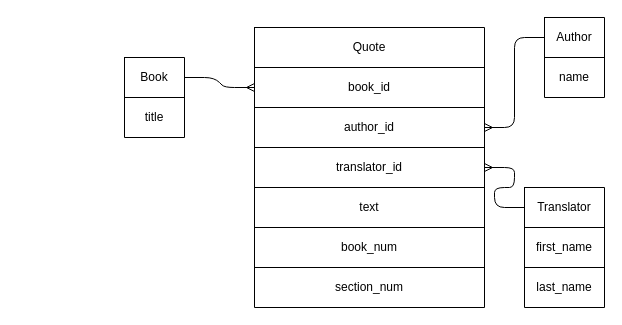
This is stubbed_out_database.drawio from DavidRMorphew/stoic-journal-backend, a draw.io file, before an edit. Source tidied: cells renumbered, new cells numbered last; positions are measured from the earlier drawing's top-left corner, leaving out a move shared by most shapes. Both pictures are drawn from the tidied source at 100%, with x=0, y=0 at pixel (124, 17).
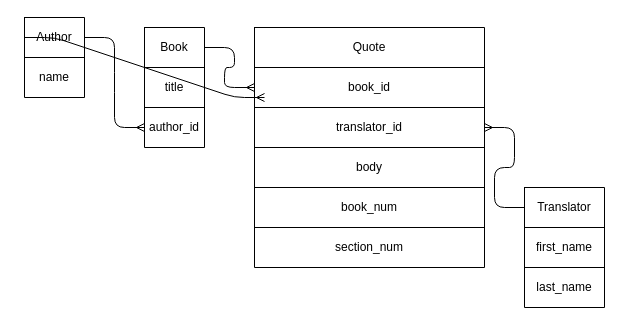
After the change.

Commit message (it also covers changes not shown here):
reorganized table relations through migrations and model associations: author has many books and has many quotes through books & a quote has one author through its book

Unchanged cells that the change refers to:
```xml
<mxCell id="18" style="shape=partialRectangle;fillColor=none;top=0;left=0;bottom=0;right=0;points=[[0,0.5],[1,0.5]];portConstraint=eastwest;" parent="17" vertex="1">
  <mxGeometry width="60" height="40" as="geometry" />
</mxCell>
```

Change to the diagram source:
```diff
@@
     <mxCell id="2" style="shape=table;startSize=0;childLayout=tableLayout;" parent="1" vertex="1">
-      <mxGeometry x="130" y="10" width="230" height="280" as="geometry" />
+      <mxGeometry x="130" y="10" width="230" height="240" as="geometry" />
     </mxCell>
@@
-    <mxCell id="7" style="shape=partialRectangle;fillColor=none;top=0;left=0;bottom=0;right=0;points=[[0,0.5],[1,0.5]];portConstraint=eastwest;" parent="2" vertex="1">
-      <mxGeometry y="80" width="230" height="40" as="geometry" />
-    </mxCell>
-    <mxCell id="8" value="author_id" style="shape=partialRectangle;html=1;whiteSpace=wrap;overflow=hidden;fillColor=none;top=0;left=0;bottom=0;right=0;" parent="7" vertex="1">
-      <mxGeometry width="230" height="40" as="geometry" />
-    </mxCell>
     <mxCell id="9" style="shape=partialRectangle;fillColor=none;top=0;left=0;bottom=0;right=0;points=[[0,0.5],[1,0.5]];portConstraint=eastwest;" parent="2" vertex="1">
-      <mxGeometry y="120" width="230" height="40" as="geometry" />
+      <mxGeometry y="80" width="230" height="40" as="geometry" />
     </mxCell>
@@
     <mxCell id="11" style="shape=partialRectangle;fillColor=none;top=0;left=0;bottom=0;right=0;" parent="2" vertex="1">
-      <mxGeometry y="160" width="230" height="40" as="geometry" />
+      <mxGeometry y="120" width="230" height="40" as="geometry" />
     </mxCell>
-    <mxCell id="12" value="text" style="shape=partialRectangle;html=1;whiteSpace=wrap;overflow=hidden;fillColor=none;top=0;left=0;bottom=0;right=0;" parent="11" vertex="1">
+    <mxCell id="12" value="body" style="shape=partialRectangle;html=1;whiteSpace=wrap;overflow=hidden;fillColor=none;top=0;left=0;bottom=0;right=0;" parent="11" vertex="1">
       <mxGeometry width="230" height="40" as="geometry" />
     </mxCell>
     <mxCell id="13" style="shape=partialRectangle;fillColor=none;top=0;left=0;bottom=0;right=0;" parent="2" vertex="1">
-      <mxGeometry y="200" width="230" height="40" as="geometry" />
+      <mxGeometry y="160" width="230" height="40" as="geometry" />
     </mxCell>
@@
     <mxCell id="15" style="shape=partialRectangle;fillColor=none;top=0;left=0;bottom=0;right=0;" parent="2" vertex="1">
-      <mxGeometry y="240" width="230" height="40" as="geometry" />
+      <mxGeometry y="200" width="230" height="40" as="geometry" />
     </mxCell>
@@
     <mxCell id="17" style="shape=table;startSize=0;childLayout=tableLayout;" parent="1" vertex="1">
-      <mxGeometry x="420" width="60" height="80" as="geometry" />
+      <mxGeometry x="-100" width="60" height="80" as="geometry" />
     </mxCell>
@@
     <mxCell id="22" style="shape=table;startSize=0;childLayout=tableLayout;" parent="1" vertex="1">
-      <mxGeometry y="40" width="60" height="80" as="geometry" />
+      <mxGeometry x="20" y="10" width="60" height="120" as="geometry" />
     </mxCell>
@@
+    <mxCell id="37" style="shape=partialRectangle;fillColor=none;top=0;left=0;bottom=0;right=0;points=[[0,0.5],[1,0.5]];portConstraint=eastwest;" parent="22" vertex="1">
+      <mxGeometry y="80" width="60" height="40" as="geometry" />
+    </mxCell>
+    <mxCell id="8" value="author_id" style="shape=partialRectangle;html=1;whiteSpace=wrap;overflow=hidden;fillColor=none;top=0;left=0;bottom=0;right=0;" parent="37" vertex="1">
+      <mxGeometry width="60" height="40" as="geometry" />
+    </mxCell>
@@
-    <mxCell id="35" style="edgeStyle=entityRelationEdgeStyle;fontSize=12;html=1;endArrow=ERmany;exitX=0;exitY=0.5;exitDx=0;exitDy=0;entryX=1;entryY=0.5;entryDx=0;entryDy=0;" parent="1" edge="1" source="18" target="7">
-      <mxGeometry relative="1" as="geometry" />
+    <mxCell id="35" style="edgeStyle=entityRelationEdgeStyle;fontSize=12;html=1;endArrow=ERmany;exitX=0;exitY=0.5;exitDx=0;exitDy=0;entryX=1;entryY=0.5;entryDx=0;entryDy=0;" parent="1" edge="1" source="18">
+      <mxGeometry relative="1" as="geometry">
+        <mxPoint x="140" y="80" as="targetPoint" />
+      </mxGeometry>
     </mxCell>
@@
+    <mxCell id="38" style="edgeStyle=entityRelationEdgeStyle;fontSize=12;html=1;endArrow=ERmany;exitX=1;exitY=0.5;exitDx=0;exitDy=0;entryX=0;entryY=0.5;entryDx=0;entryDy=0;" parent="1" edge="1" source="18" target="37">
+      <mxGeometry relative="1" as="geometry" />
+    </mxCell>
```
